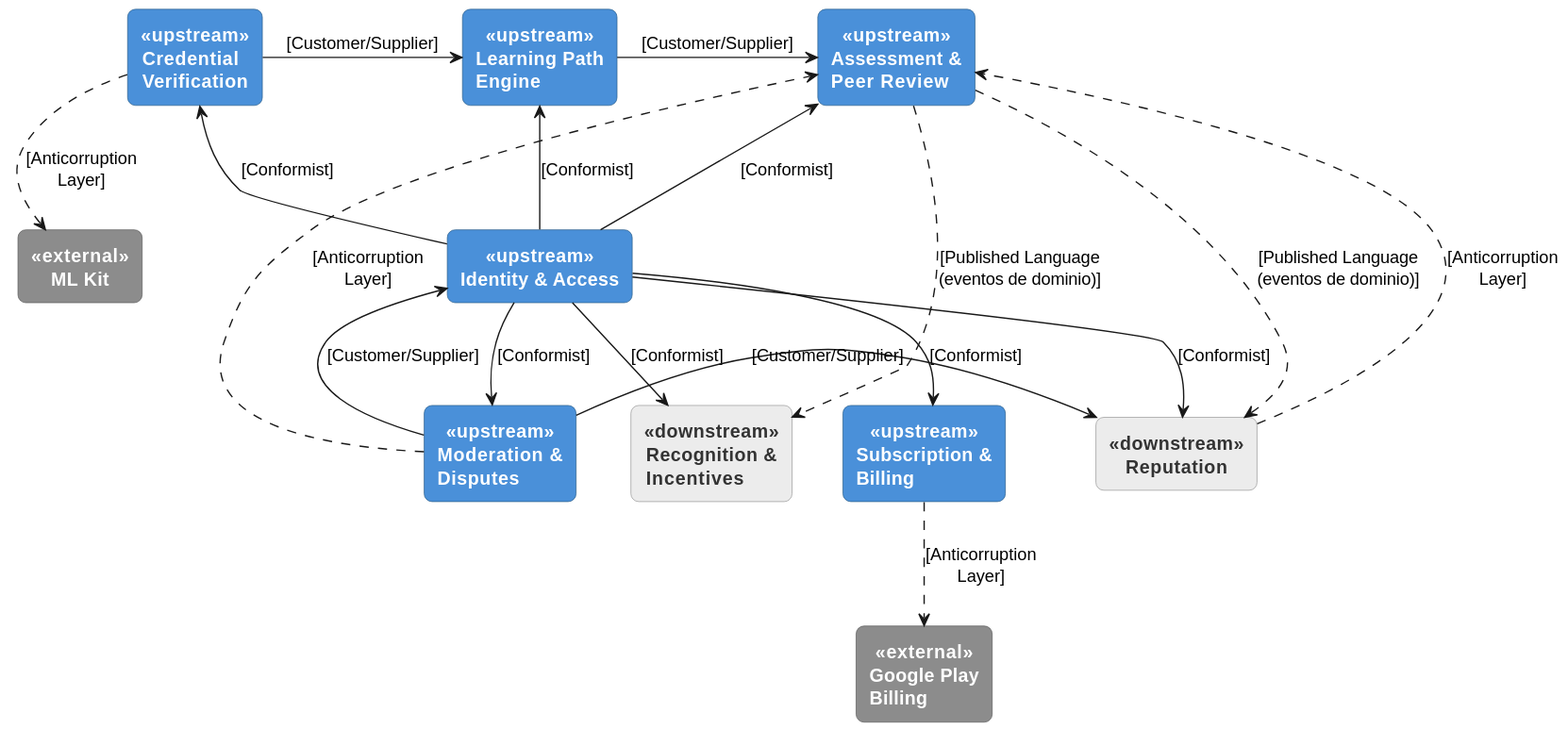
Aplicaciones-Dispositivos-Moviles/SkillSwap-ProjectReport keeps this PlantUML diagram as images-doc/SkillSwapContextMapping.svg. Above is the earlier version.
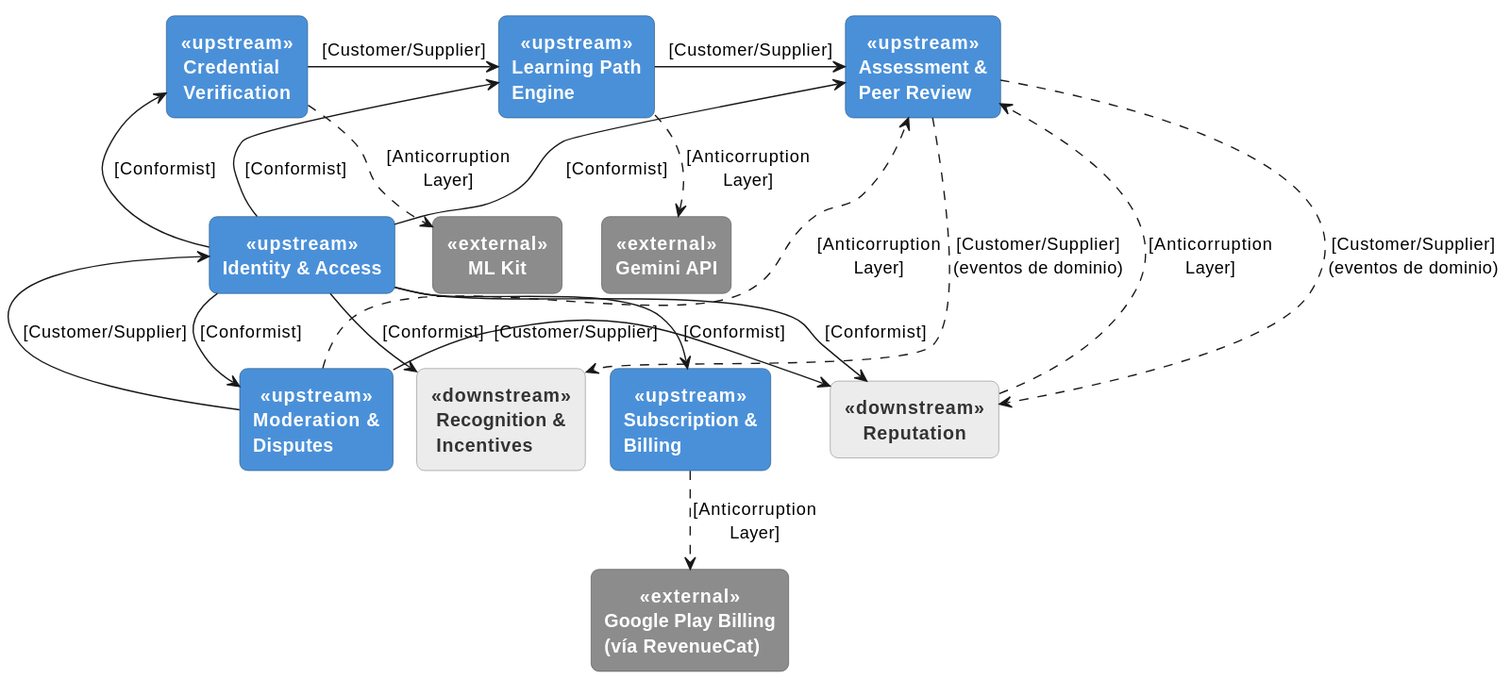
After the commit.

Diff of the diagram source:
```diff
@@ -1,4 +1,6 @@
 @startuml
+!pragma layout smetana
+
 skinparam backgroundColor transparent
 skinparam rectangle {
     RoundCorner 12
@@ -28,6 +30,7 @@
 rectangle "Learning Path\nEngine" as LPE <<upstream>>
 rectangle "Assessment &\nPeer Review" as APR <<upstream>>
 rectangle "ML Kit" as MLK <<external>>
+rectangle "Gemini API" as GEM <<external>>
 
 rectangle "Identity & Access" as IAM <<upstream>>
 rectangle "Reputation" as REP <<downstream>>
@@ -35,11 +38,12 @@
 rectangle "Moderation &\nDisputes" as MOD <<upstream>>
 rectangle "Recognition &\nIncentives" as REC <<downstream>>
 rectangle "Subscription &\nBilling" as SUB <<upstream>>
-rectangle "Google Play\nBilling" as GPB <<external>>
+rectangle "Google Play Billing\n(vía RevenueCat)" as GPB <<external>>
 
 CV -[hidden]right-> LPE
 LPE -[hidden]right-> APR
 APR -[hidden]right-> MLK
+LPE -[hidden]up-> GEM
 IAM -[hidden]right-> REP
 MOD -[hidden]right-> REC
 REC -[hidden]right-> SUB
@@ -51,6 +55,7 @@
 CV -right-> LPE : [Customer/Supplier]
 LPE -right-> APR : [Customer/Supplier]
 CV ..> MLK : [Anticorruption\nLayer]
+LPE ..> GEM : [Anticorruption\nLayer]
 
 IAM -up-> CV : [Conformist]
 IAM -up-> LPE : [Conformist]
@@ -60,8 +65,8 @@
 IAM -left-> MOD : [Conformist]
 IAM -down-> SUB : [Conformist]
 
-APR ..> REP : [Published Language\n(eventos de dominio)]
-APR ..> REC : [Published Language\n(eventos de dominio)]
+APR ..> REP : [Customer/Supplier]\n(eventos de dominio)
+APR ..> REC : [Customer/Supplier]\n(eventos de dominio)
 
 REP ..> APR : [Anticorruption\nLayer]
 
```
